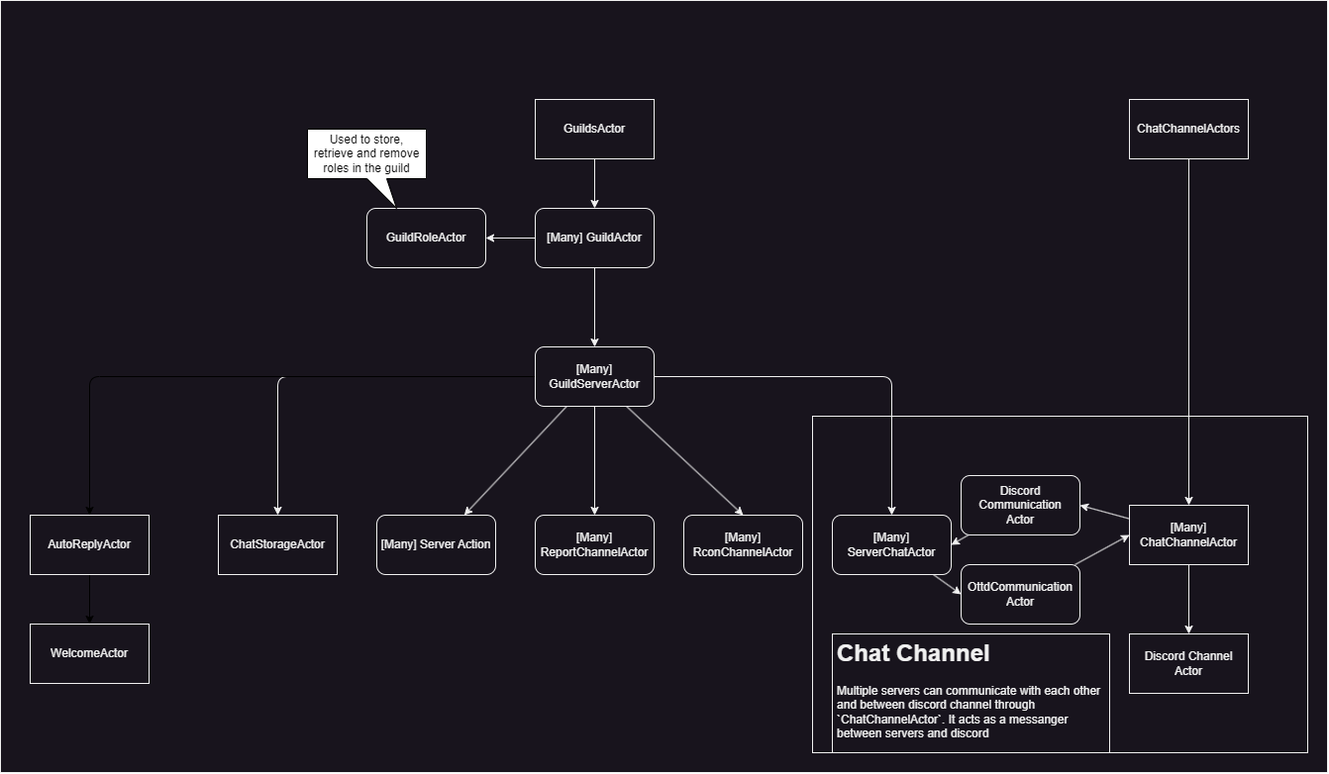
Above: docs/akka.drawio.png in shoter/OpenttdDiscord (draw.io), before the change. Source tidied: cells renumbered, new cells last; positions are measured from the earlier drawing's top-left corner, leaving out a move shared by most shapes.
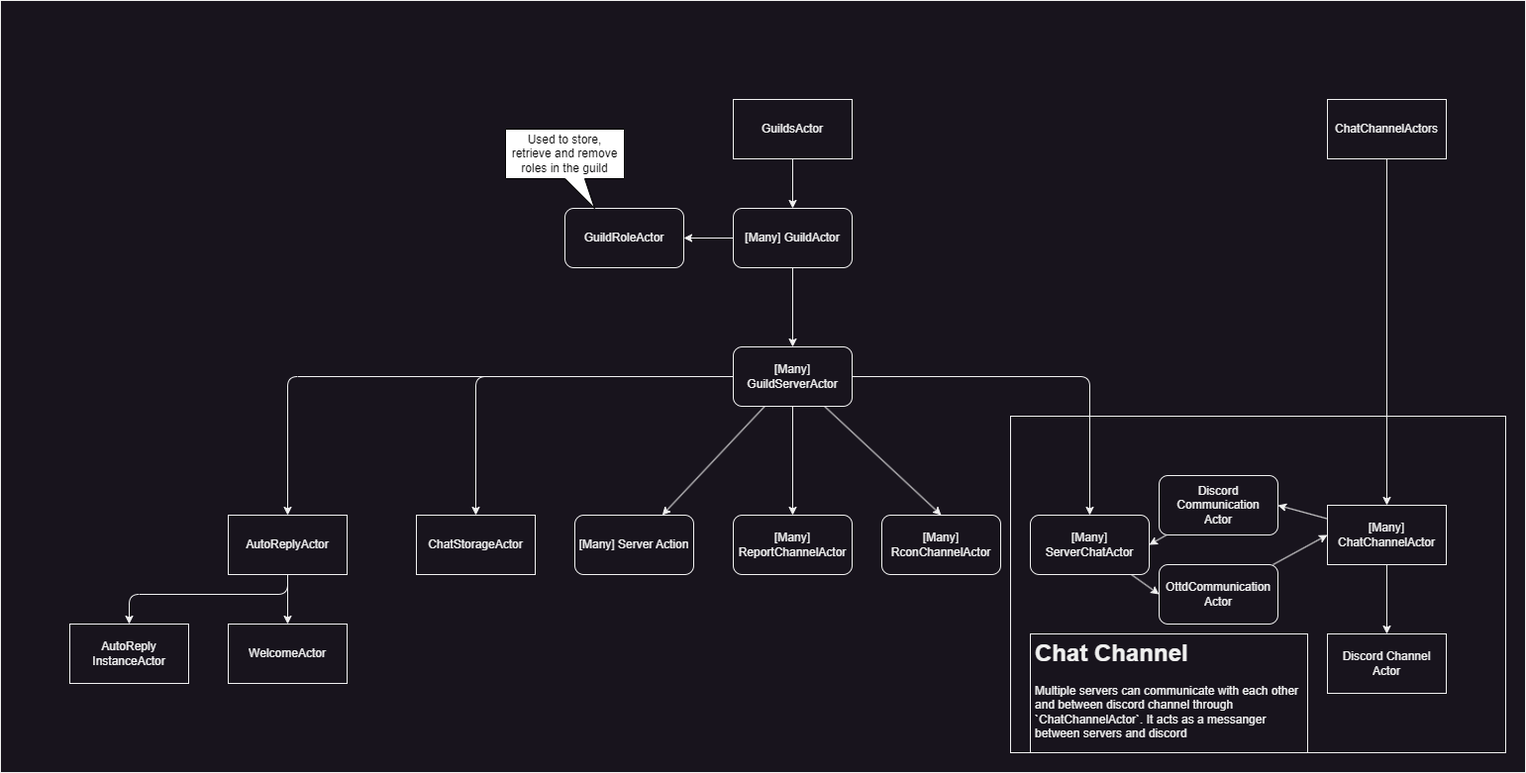
Above is the later version.

The edit, as a diff of the source:
```diff
@@ -3,7 +3,7 @@
     <mxCell id="0" />
     <mxCell id="1" parent="0" />
     <mxCell id="2" style="rounded=0;whiteSpace=wrap;html=1;strokeColor=#f0f0f0;fillColor=#18141D;" parent="1" vertex="1">
-      <mxGeometry width="1340" height="780" as="geometry" />
+      <mxGeometry x="-200" width="1540" height="780" as="geometry" />
     </mxCell>
     <mxCell id="3" style="rounded=0;whiteSpace=wrap;html=1;strokeColor=#f0f0f0;fillColor=#18141D;" parent="1" vertex="1">
       <mxGeometry x="820" y="420" width="500" height="340" as="geometry" />
@@ -46,7 +46,7 @@
     <mxCell id="13" style="edgeStyle=none;html=1;entryX=0.5;entryY=0;entryDx=0;entryDy=0;strokeColor=#F0F0F0;" parent="1" edge="1" source="15" target="29">
       <mxGeometry relative="1" as="geometry" />
     </mxCell>
-    <mxCell id="14" style="edgeStyle=none;html=1;entryX=0.5;entryY=0;entryDx=0;entryDy=0;" parent="1" edge="1" source="15" target="37">
+    <mxCell id="14" style="edgeStyle=none;html=1;entryX=0.5;entryY=0;entryDx=0;entryDy=0;strokeColor=#F0F0F1;" parent="1" edge="1" source="15" target="37">
       <mxGeometry relative="1" as="geometry">
         <Array as="points">
           <mxPoint x="90" y="380" />
@@ -116,14 +116,25 @@
     <mxCell id="35" value="&lt;span style=&quot;text-align: left;&quot;&gt;Used to store, retrieve and remove roles in the guild&lt;/span&gt;" style="shape=callout;whiteSpace=wrap;html=1;perimeter=calloutPerimeter;fontSize=12;position2=0.75;" parent="1" vertex="1">
       <mxGeometry x="310" y="130" width="120" height="80" as="geometry" />
     </mxCell>
-    <mxCell id="36" style="edgeStyle=none;html=1;entryX=0.5;entryY=0;entryDx=0;entryDy=0;" parent="1" edge="1" source="37" target="38">
+    <mxCell id="36" style="edgeStyle=none;html=1;entryX=0.5;entryY=0;entryDx=0;entryDy=0;strokeColor=#F0F0F1;" parent="1" edge="1" source="37" target="38">
       <mxGeometry relative="1" as="geometry" />
     </mxCell>
-    <mxCell id="37" value="AutoReplyActor" style="rounded=0;whiteSpace=wrap;html=1;fontSize=12;strokeColor=#f0f0f0;fillColor=#18141D;fontColor=#F0F0F0;" parent="1" vertex="1">
+    <mxCell id="37" value="AutoReplyActor" style="rounded=0;whiteSpace=wrap;html=1;fontSize=12;strokeColor=#F0F0F1;fillColor=#18141D;fontColor=#F0F0F1;" parent="1" vertex="1">
       <mxGeometry x="30" y="520" width="120" height="60" as="geometry" />
     </mxCell>
-    <mxCell id="38" value="WelcomeActor" style="rounded=0;whiteSpace=wrap;html=1;fontSize=12;strokeColor=#f0f0f0;fillColor=#18141D;fontColor=#F0F0F0;" parent="1" vertex="1">
+    <mxCell id="38" value="WelcomeActor" style="rounded=0;whiteSpace=wrap;html=1;fontSize=12;strokeColor=#F0F0F1;fillColor=#18141D;fontColor=#F0F0F1;" parent="1" vertex="1">
       <mxGeometry x="30" y="630" width="120" height="60" as="geometry" />
     </mxCell>
+    <mxCell id="39" value="AutoReply&lt;br&gt;InstanceActor" style="rounded=0;whiteSpace=wrap;html=1;fontSize=12;strokeColor=#F0F0F1;fillColor=#18141D;fontColor=#F0F0F1;" parent="1" vertex="1">
+      <mxGeometry x="-130" y="630" width="120" height="60" as="geometry" />
+    </mxCell>
+    <mxCell id="40" style="edgeStyle=none;html=1;entryX=0.5;entryY=0;entryDx=0;entryDy=0;exitX=0.5;exitY=1;exitDx=0;exitDy=0;strokeColor=#F0F0F1;" parent="1" edge="1" source="37" target="39">
+      <mxGeometry relative="1" as="geometry">
+        <Array as="points">
+          <mxPoint x="90" y="600" />
+          <mxPoint x="-70" y="600" />
+        </Array>
+      </mxGeometry>
+    </mxCell>
   </root>
 </mxGraphModel>
```
